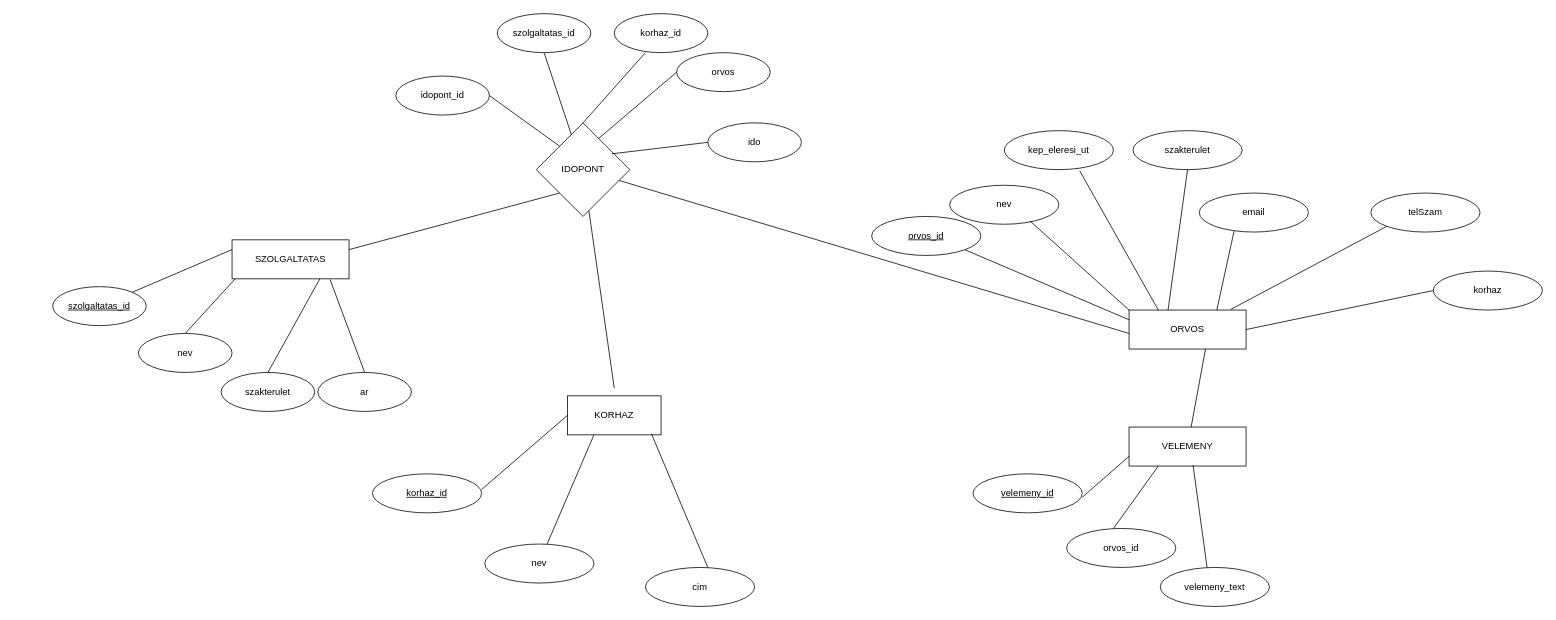
This is db/EK_Modell.drawio from horvathbence06/Vizsgaremek, a draw.io file, before an edit. Source tidied: cells renumbered, new cells numbered last; positions are measured from the earlier drawing's top-left corner, leaving out a move shared by most shapes. Both pictures are drawn from the tidied source at 78%, with x=0, y=0 at pixel (52, 13).
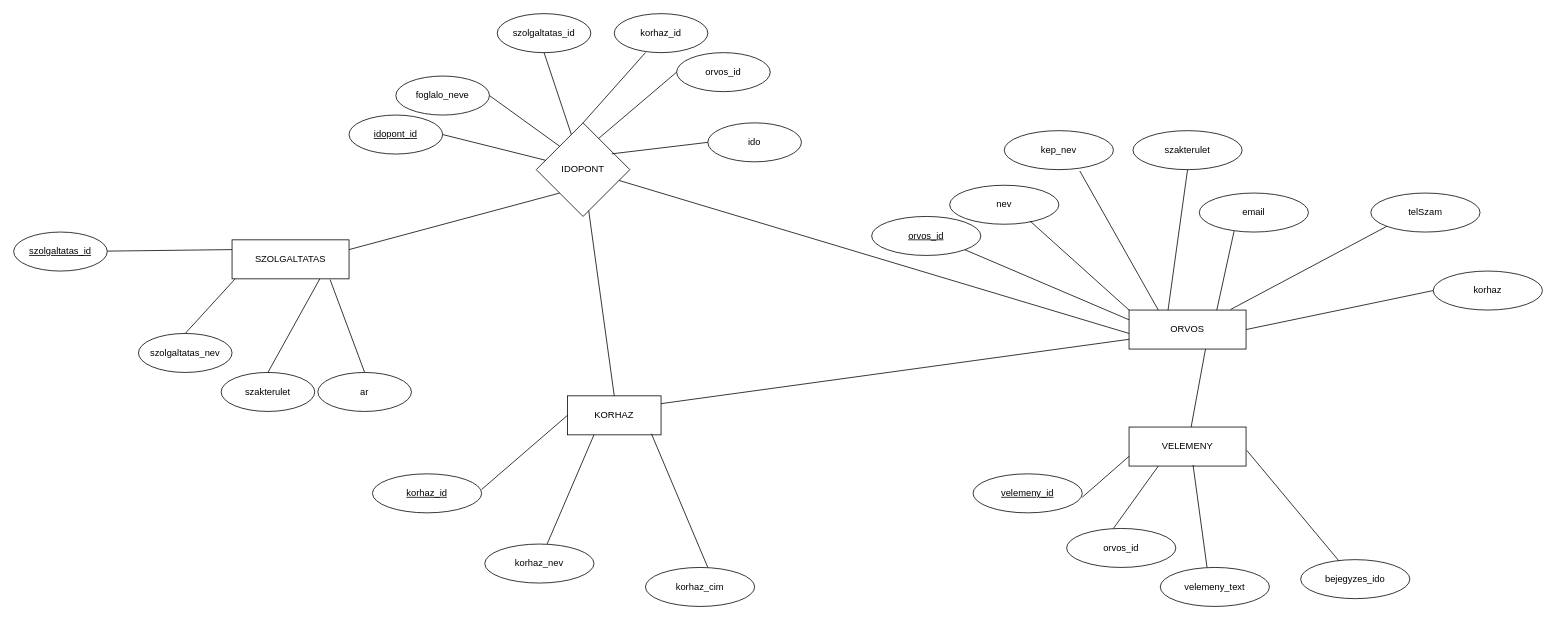
After the change.

Commit message (it also covers changes not shown here):
ek_modell_javitott

The change refers to these unchanged cells:
```xml
<mxCell id="2" value="KORHAZ" style="rounded=0;whiteSpace=wrap;html=1;" parent="1" vertex="1">
  <mxGeometry x="660" y="490" width="120" height="50" as="geometry" />
</mxCell>
<mxCell id="3" value="ORVOS" style="rounded=0;whiteSpace=wrap;html=1;" parent="1" vertex="1">
  <mxGeometry x="1380" y="380" width="150" height="50" as="geometry" />
</mxCell>
<mxCell id="5" value="IDOPONT" style="rhombus;whiteSpace=wrap;html=1;" parent="1" vertex="1">
  <mxGeometry x="620" y="140" width="120" height="120" as="geometry" />
</mxCell>
```

Diff of the diagram source:
```diff
@@
-    <mxCell id="8" value="kep_eleresi_ut" style="ellipse;whiteSpace=wrap;html=1;" parent="1" vertex="1">
+    <mxCell id="8" value="kep_nev" style="ellipse;whiteSpace=wrap;html=1;" parent="1" vertex="1">
       <mxGeometry x="1220" y="150" width="140" height="50" as="geometry" />
     </mxCell>
@@
-    <mxCell id="29" value="nev" style="ellipse;whiteSpace=wrap;html=1;" parent="1" vertex="1">
+    <mxCell id="29" value="korhaz_nev" style="ellipse;whiteSpace=wrap;html=1;" parent="1" vertex="1">
       <mxGeometry x="554" y="680" width="140" height="50" as="geometry" />
     </mxCell>
@@
-    <mxCell id="31" value="cim" style="ellipse;whiteSpace=wrap;html=1;" parent="1" vertex="1">
+    <mxCell id="31" value="korhaz_cim" style="ellipse;whiteSpace=wrap;html=1;" parent="1" vertex="1">
       <mxGeometry x="760" y="710" width="140" height="50" as="geometry" />
     </mxCell>
@@
     <mxCell id="33" value="&lt;u&gt;szolgaltatas_id&lt;/u&gt;" style="ellipse;whiteSpace=wrap;html=1;" parent="1" vertex="1">
-      <mxGeometry y="350" width="120" height="50" as="geometry" />
+      <mxGeometry x="-50" y="280" width="120" height="50" as="geometry" />
     </mxCell>
@@
-    <mxCell id="35" value="nev" style="ellipse;whiteSpace=wrap;html=1;" parent="1" vertex="1">
+    <mxCell id="35" value="szolgaltatas_nev" style="ellipse;whiteSpace=wrap;html=1;" parent="1" vertex="1">
       <mxGeometry x="110" y="410" width="120" height="50" as="geometry" />
     </mxCell>
@@
-    <mxCell id="41" value="idopont_id" style="ellipse;whiteSpace=wrap;html=1;" parent="1" vertex="1">
+    <mxCell id="41" value="foglalo_neve" style="ellipse;whiteSpace=wrap;html=1;" parent="1" vertex="1">
       <mxGeometry x="440" y="80" width="120" height="50" as="geometry" />
     </mxCell>
@@
-    <mxCell id="47" value="orvos" style="ellipse;whiteSpace=wrap;html=1;" parent="1" vertex="1">
+    <mxCell id="47" value="orvos_id" style="ellipse;whiteSpace=wrap;html=1;" parent="1" vertex="1">
       <mxGeometry x="800" y="50" width="120" height="50" as="geometry" />
     </mxCell>
@@
-    <mxCell id="52" style="endArrow=none;html=1;rounded=0;endFill=0;" parent="1" edge="1" target="5">
-      <mxGeometry relative="1" as="geometry">
-        <mxPoint x="720" y="480" as="sourcePoint" />
-      </mxGeometry>
+    <mxCell id="52" style="endArrow=none;html=1;rounded=0;endFill=0;exitX=0.5;exitY=0;exitDx=0;exitDy=0;" parent="1" edge="1" source="2" target="5">
+      <mxGeometry relative="1" as="geometry" />
     </mxCell>
@@
+    <mxCell id="55" style="endArrow=none;html=1;rounded=0;entryX=0;entryY=0.75;entryDx=0;entryDy=0;" parent="1" edge="1" target="3">
+      <mxGeometry relative="1" as="geometry">
+        <mxPoint x="780" y="500" as="sourcePoint" />
+      </mxGeometry>
+    </mxCell>
+    <mxCell id="56" value="bejegyzes_ido" style="ellipse;whiteSpace=wrap;html=1;" parent="1" vertex="1">
+      <mxGeometry x="1600" y="700" width="140" height="50" as="geometry" />
+    </mxCell>
+    <mxCell id="57" style="endArrow=none;html=1;rounded=0;entryX=0.35;entryY=0.03;entryDx=0;entryDy=0;exitX=0.547;exitY=0.973;exitDx=0;exitDy=0;endFill=0;exitPerimeter=0;entryPerimeter=0;" parent="1" edge="1" target="56">
+      <mxGeometry relative="1" as="geometry">
+        <mxPoint x="1531" y="560" as="sourcePoint" />
+      </mxGeometry>
+    </mxCell>
+    <mxCell id="58" value="&lt;u&gt;idopont_id&lt;/u&gt;" style="ellipse;whiteSpace=wrap;html=1;" parent="1" vertex="1">
+      <mxGeometry x="380" y="130" width="120" height="50" as="geometry" />
+    </mxCell>
+    <mxCell id="59" style="endArrow=none;html=1;rounded=0;entryX=0.5;entryY=0;entryDx=0;entryDy=0;endFill=0;" parent="1" edge="1" source="5">
+      <mxGeometry relative="1" as="geometry">
+        <mxPoint x="500" y="155" as="targetPoint" />
+      </mxGeometry>
+    </mxCell>
```
